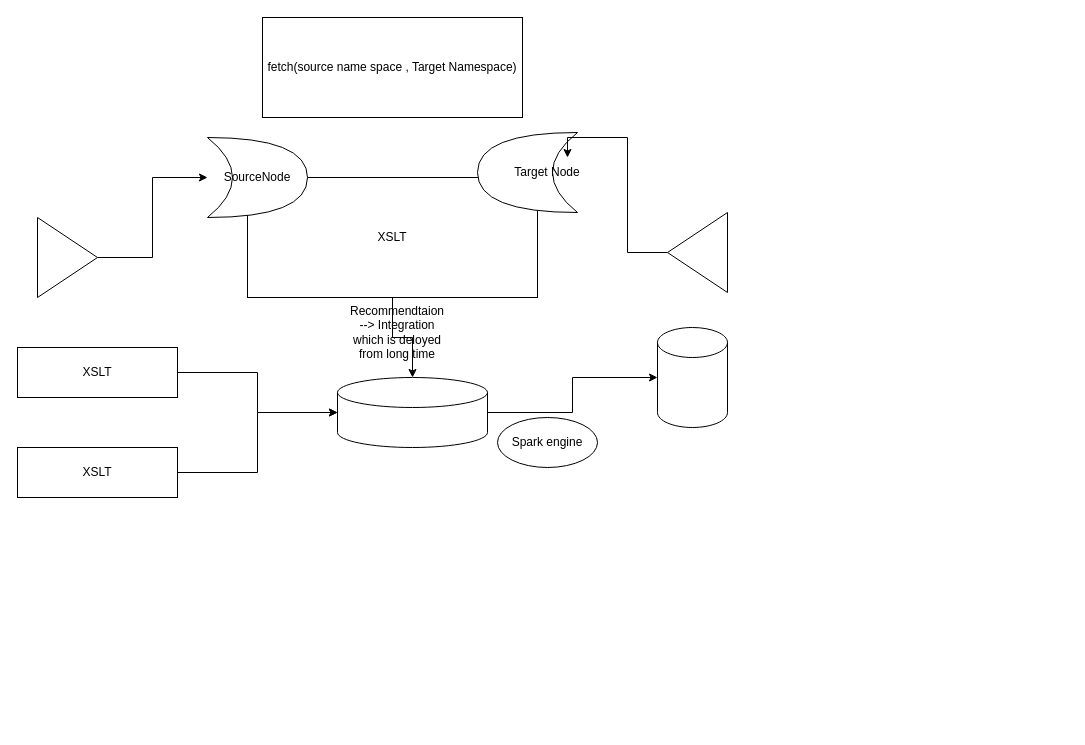
anantwag19/Workspace keeps this draw.io diagram as Mapping_Recommendation_Architecure.drawio. Above is the earlier version. Source tidied: cells renumbered, new cells numbered last; positions are measured from the earlier drawing's top-left corner, leaving out a move shared by most shapes. Both pictures are drawn from the tidied source at 100%, with x=0, y=0 at pixel (17, 17).
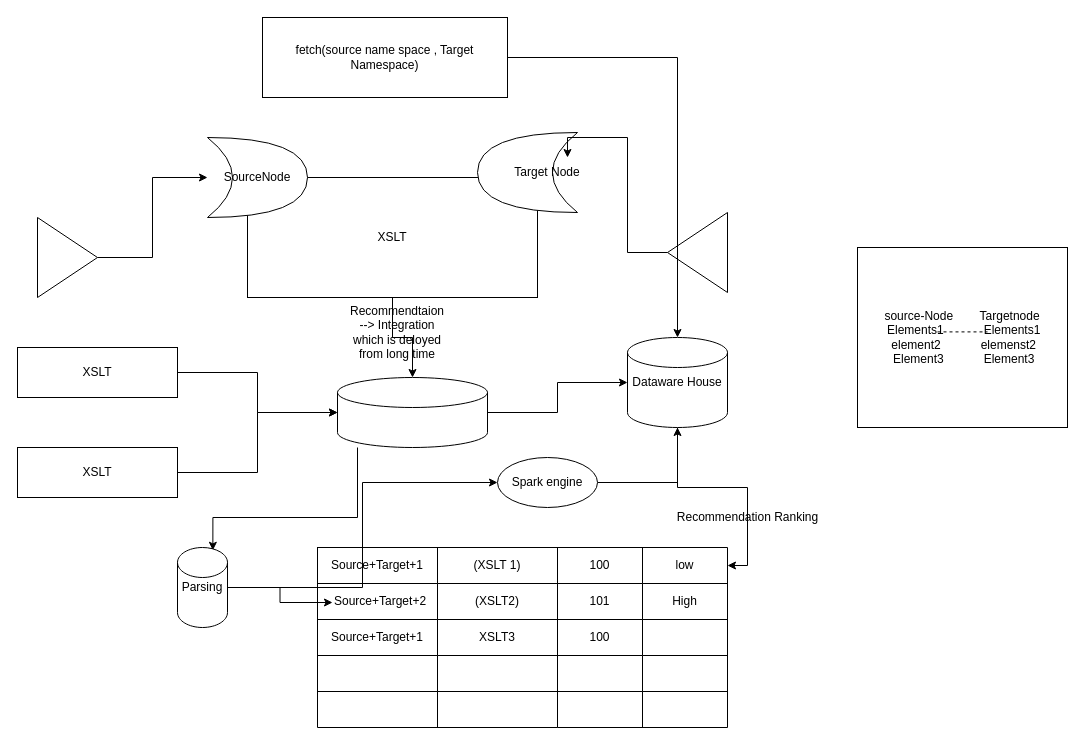
Above is the later version.

The change refers to these unchanged cells:
```xml
<mxCell id="12" style="shape=cylinder2;whiteSpace=wrap;html=1;boundedLbl=1;backgroundOutline=1;size=15;" parent="1" vertex="1">
  <mxGeometry x="320" y="360" width="150" height="70" as="geometry" />
</mxCell>
```

Diff of the diagram source:
```diff
@@
+    <mxCell id="21" style="edgeStyle=orthogonalEdgeStyle;rounded=0;jettySize=auto;html=1;entryX=0.707;entryY=0.035;entryDx=0;entryDy=0;entryPerimeter=0;" parent="1" edge="1" source="12" target="44">
+      <mxGeometry relative="1" as="geometry">
+        <Array as="points">
+          <mxPoint x="340" y="500" />
+          <mxPoint x="195" y="500" />
+        </Array>
+      </mxGeometry>
+    </mxCell>
@@
+    <mxCell id="22" style="edgeStyle=orthogonalEdgeStyle;rounded=0;jettySize=auto;html=1;" parent="1" edge="1" source="13" target="49">
+      <mxGeometry relative="1" as="geometry" />
+    </mxCell>
-    <mxCell id="13" style="shape=cylinder2;whiteSpace=wrap;html=1;boundedLbl=1;backgroundOutline=1;size=15;" parent="1" vertex="1">
-      <mxGeometry x="640" y="310" width="70" height="100" as="geometry" />
+    <mxCell id="13" value="Dataware House" style="shape=cylinder2;whiteSpace=wrap;html=1;boundedLbl=1;backgroundOutline=1;size=15;" parent="1" vertex="1">
+      <mxGeometry x="610" y="320" width="100" height="90" as="geometry" />
     </mxCell>
@@
+    <mxCell id="23" style="edgeStyle=orthogonalEdgeStyle;rounded=0;jettySize=auto;html=1;" parent="1" edge="1" source="19" target="13">
+      <mxGeometry relative="1" as="geometry" />
+    </mxCell>
     <mxCell id="19" value="Spark engine " style="ellipse;whiteSpace=wrap;html=1;" parent="1" vertex="1">
-      <mxGeometry x="480" y="400" width="100" height="50" as="geometry" />
+      <mxGeometry x="480" y="440" width="100" height="50" as="geometry" />
     </mxCell>
+    <mxCell id="24" style="edgeStyle=orthogonalEdgeStyle;rounded=0;jettySize=auto;html=1;" parent="1" edge="1" source="20" target="13">
+      <mxGeometry relative="1" as="geometry" />
+    </mxCell>
     <mxCell id="20" value="fetch(source name space , Target Namespace)" style="rounded=0;whiteSpace=wrap;html=1;" parent="1" vertex="1">
-      <mxGeometry x="245" width="260" height="100" as="geometry" />
+      <mxGeometry x="245" width="245" height="80" as="geometry" />
     </mxCell>
+    <mxCell id="25" style="shape=table;html=1;whiteSpace=wrap;startSize=0;childLayout=tableLayout;" parent="1" vertex="1">
+      <mxGeometry x="300" y="530" width="240" height="180" as="geometry" />
+    </mxCell>
+    <mxCell id="26" style="shape=partialRectangle;html=1;whiteSpace=wrap;fillColor=none;top=0;left=0;bottom=0;right=0;" parent="25" vertex="1">
+      <mxGeometry width="240" height="36" as="geometry" />
+    </mxCell>
+    <mxCell id="27" value="Source+Target+1" style="shape=partialRectangle;html=1;whiteSpace=wrap;overflow=hidden;fillColor=none;top=0;left=0;bottom=0;right=0;" parent="26" vertex="1">
+      <mxGeometry width="120" height="36" as="geometry" />
+    </mxCell>
+    <mxCell id="28" value="(XSLT 1)" style="shape=partialRectangle;html=1;whiteSpace=wrap;overflow=hidden;fillColor=none;top=0;left=0;bottom=0;right=0;" parent="26" vertex="1">
+      <mxGeometry x="120" width="120" height="36" as="geometry" />
+    </mxCell>
+    <mxCell id="29" style="shape=partialRectangle;html=1;whiteSpace=wrap;fillColor=none;top=0;left=0;bottom=0;right=0;" parent="25" vertex="1">
+      <mxGeometry y="36" width="240" height="36" as="geometry" />
+    </mxCell>
+    <mxCell id="30" style="shape=partialRectangle;html=1;whiteSpace=wrap;overflow=hidden;fillColor=none;top=0;left=0;bottom=0;right=0;" parent="29" vertex="1">
+      <mxGeometry width="120" height="36" as="geometry" />
+    </mxCell>
+    <mxCell id="31" value="(XSLT2)" style="shape=partialRectangle;html=1;whiteSpace=wrap;overflow=hidden;fillColor=none;top=0;left=0;bottom=0;right=0;" parent="29" vertex="1">
+      <mxGeometry x="120" width="120" height="36" as="geometry" />
+    </mxCell>
+    <mxCell id="32" style="shape=partialRectangle;html=1;whiteSpace=wrap;fillColor=none;top=0;left=0;bottom=0;right=0;" parent="25" vertex="1">
+      <mxGeometry y="72" width="240" height="36" as="geometry" />
+    </mxCell>
+    <mxCell id="33" value="Source+Target+1" style="shape=partialRectangle;html=1;whiteSpace=wrap;overflow=hidden;fillColor=none;top=0;left=0;bottom=0;right=0;" parent="32" vertex="1">
+      <mxGeometry width="120" height="36" as="geometry" />
+    </mxCell>
+    <mxCell id="34" value="XSLT3" style="shape=partialRectangle;html=1;whiteSpace=wrap;overflow=hidden;fillColor=none;top=0;left=0;bottom=0;right=0;" parent="32" vertex="1">
+      <mxGeometry x="120" width="120" height="36" as="geometry" />
+    </mxCell>
+    <mxCell id="35" style="shape=partialRectangle;html=1;whiteSpace=wrap;fillColor=none;top=0;left=0;bottom=0;right=0;" parent="25" vertex="1">
+      <mxGeometry y="108" width="240" height="36" as="geometry" />
+    </mxCell>
+    <mxCell id="36" style="shape=partialRectangle;html=1;whiteSpace=wrap;overflow=hidden;fillColor=none;top=0;left=0;bottom=0;right=0;" parent="35" vertex="1">
+      <mxGeometry width="120" height="36" as="geometry" />
+    </mxCell>
+    <mxCell id="37" style="shape=partialRectangle;html=1;whiteSpace=wrap;overflow=hidden;fillColor=none;top=0;left=0;bottom=0;right=0;" parent="35" vertex="1">
+      <mxGeometry x="120" width="120" height="36" as="geometry" />
+    </mxCell>
+    <mxCell id="38" style="shape=partialRectangle;html=1;whiteSpace=wrap;fillColor=none;top=0;left=0;bottom=0;right=0;" parent="25" vertex="1">
+      <mxGeometry y="144" width="240" height="36" as="geometry" />
+    </mxCell>
+    <mxCell id="39" style="shape=partialRectangle;html=1;whiteSpace=wrap;overflow=hidden;fillColor=none;top=0;left=0;bottom=0;right=0;" parent="38" vertex="1">
+      <mxGeometry width="120" height="36" as="geometry" />
+    </mxCell>
+    <mxCell id="40" style="shape=partialRectangle;html=1;whiteSpace=wrap;overflow=hidden;fillColor=none;top=0;left=0;bottom=0;right=0;" parent="38" vertex="1">
+      <mxGeometry x="120" width="120" height="36" as="geometry" />
+    </mxCell>
+    <mxCell id="41" value="Source+Target+2" style="text;whiteSpace=wrap;html=1;" parent="1" vertex="1">
+      <mxGeometry x="315" y="570" width="120" height="30" as="geometry" />
+    </mxCell>
+    <mxCell id="42" style="edgeStyle=orthogonalEdgeStyle;rounded=0;jettySize=auto;html=1;" parent="1" edge="1" source="44" target="41">
+      <mxGeometry relative="1" as="geometry" />
+    </mxCell>
+    <mxCell id="43" style="edgeStyle=orthogonalEdgeStyle;rounded=0;jettySize=auto;html=1;entryX=0;entryY=0.5;entryDx=0;entryDy=0;" parent="1" edge="1" source="44" target="19">
+      <mxGeometry relative="1" as="geometry" />
+    </mxCell>
+    <mxCell id="44" value="Parsing " style="shape=cylinder2;whiteSpace=wrap;html=1;boundedLbl=1;backgroundOutline=1;size=15;" parent="1" vertex="1">
+      <mxGeometry x="160" y="530" width="50" height="80" as="geometry" />
+    </mxCell>
+    <mxCell id="45" value="Recommendation Ranking " style="text;html=1;align=center;verticalAlign=middle;" parent="1" vertex="1">
+      <mxGeometry x="650" y="490" width="160" height="20" as="geometry" />
+    </mxCell>
+    <mxCell id="46" value="source-Node&amp;nbsp;&amp;nbsp;&amp;nbsp; &amp;nbsp;&amp;nbsp;&amp;nbsp; Targetnode&lt;br&gt;&amp;nbsp;Elements1&amp;nbsp;&amp;nbsp;&amp;nbsp; &amp;nbsp;&amp;nbsp;&amp;nbsp; &amp;nbsp;&amp;nbsp;&amp;nbsp; Elements1&lt;br&gt;&amp;nbsp;element2&amp;nbsp;&amp;nbsp;&amp;nbsp; &amp;nbsp;&amp;nbsp;&amp;nbsp; &amp;nbsp;&amp;nbsp;&amp;nbsp; elemenst2&lt;br&gt;&amp;nbsp;Element3&amp;nbsp;&amp;nbsp;&amp;nbsp; &amp;nbsp;&amp;nbsp;&amp;nbsp; &amp;nbsp;&amp;nbsp;&amp;nbsp; Element3 " style="rounded=0;whiteSpace=wrap;html=1;" parent="1" vertex="1">
+      <mxGeometry x="840" y="230" width="210" height="180" as="geometry" />
+    </mxCell>
+    <mxCell id="47" style="endArrow=none;dashed=1;html=1;" parent="1" edge="1">
+      <mxGeometry relative="1" as="geometry">
+        <mxPoint x="920" y="314.4" as="sourcePoint" />
+        <mxPoint x="970" y="314.4" as="targetPoint" />
+      </mxGeometry>
+    </mxCell>
+    <mxCell id="48" style="shape=table;html=1;whiteSpace=wrap;startSize=0;childLayout=tableLayout;" parent="1" vertex="1">
+      <mxGeometry x="540" y="530" width="170" height="180" as="geometry" />
+    </mxCell>
+    <mxCell id="49" style="shape=partialRectangle;html=1;whiteSpace=wrap;fillColor=none;top=0;left=0;bottom=0;right=0;points=[[0,0.5],[1,0.5]];portConstraint=eastwest;" parent="48" vertex="1">
+      <mxGeometry width="170" height="36" as="geometry" />
+    </mxCell>
+    <mxCell id="50" value="100" style="shape=partialRectangle;html=1;whiteSpace=wrap;overflow=hidden;fillColor=none;top=0;left=0;bottom=0;right=0;" parent="49" vertex="1">
+      <mxGeometry width="85" height="36" as="geometry" />
+    </mxCell>
+    <mxCell id="51" value="low" style="shape=partialRectangle;html=1;whiteSpace=wrap;overflow=hidden;fillColor=none;top=0;left=0;bottom=0;right=0;" parent="49" vertex="1">
+      <mxGeometry x="85" width="85" height="36" as="geometry" />
+    </mxCell>
+    <mxCell id="52" style="shape=partialRectangle;html=1;whiteSpace=wrap;fillColor=none;top=0;left=0;bottom=0;right=0;" parent="48" vertex="1">
+      <mxGeometry y="36" width="170" height="36" as="geometry" />
+    </mxCell>
+    <mxCell id="53" value="101" style="shape=partialRectangle;html=1;whiteSpace=wrap;overflow=hidden;fillColor=none;top=0;left=0;bottom=0;right=0;" parent="52" vertex="1">
+      <mxGeometry width="85" height="36" as="geometry" />
+    </mxCell>
+    <mxCell id="54" value="High" style="shape=partialRectangle;html=1;whiteSpace=wrap;overflow=hidden;fillColor=none;top=0;left=0;bottom=0;right=0;" parent="52" vertex="1">
+      <mxGeometry x="85" width="85" height="36" as="geometry" />
+    </mxCell>
+    <mxCell id="55" style="shape=partialRectangle;html=1;whiteSpace=wrap;fillColor=none;top=0;left=0;bottom=0;right=0;" parent="48" vertex="1">
+      <mxGeometry y="72" width="170" height="36" as="geometry" />
+    </mxCell>
+    <mxCell id="56" value="100" style="shape=partialRectangle;html=1;whiteSpace=wrap;overflow=hidden;fillColor=none;top=0;left=0;bottom=0;right=0;" parent="55" vertex="1">
+      <mxGeometry width="85" height="36" as="geometry" />
+    </mxCell>
+    <mxCell id="57" style="shape=partialRectangle;html=1;whiteSpace=wrap;overflow=hidden;fillColor=none;top=0;left=0;bottom=0;right=0;" parent="55" vertex="1">
+      <mxGeometry x="85" width="85" height="36" as="geometry" />
+    </mxCell>
+    <mxCell id="58" style="shape=partialRectangle;html=1;whiteSpace=wrap;fillColor=none;top=0;left=0;bottom=0;right=0;" parent="48" vertex="1">
+      <mxGeometry y="108" width="170" height="36" as="geometry" />
+    </mxCell>
+    <mxCell id="59" style="shape=partialRectangle;html=1;whiteSpace=wrap;overflow=hidden;fillColor=none;top=0;left=0;bottom=0;right=0;" parent="58" vertex="1">
+      <mxGeometry width="85" height="36" as="geometry" />
+    </mxCell>
+    <mxCell id="60" style="shape=partialRectangle;html=1;whiteSpace=wrap;overflow=hidden;fillColor=none;top=0;left=0;bottom=0;right=0;" parent="58" vertex="1">
+      <mxGeometry x="85" width="85" height="36" as="geometry" />
+    </mxCell>
+    <mxCell id="61" style="shape=partialRectangle;html=1;whiteSpace=wrap;fillColor=none;top=0;left=0;bottom=0;right=0;" parent="48" vertex="1">
+      <mxGeometry y="144" width="170" height="36" as="geometry" />
+    </mxCell>
+    <mxCell id="62" style="shape=partialRectangle;html=1;whiteSpace=wrap;overflow=hidden;fillColor=none;top=0;left=0;bottom=0;right=0;" parent="61" vertex="1">
+      <mxGeometry width="85" height="36" as="geometry" />
+    </mxCell>
+    <mxCell id="63" style="shape=partialRectangle;html=1;whiteSpace=wrap;overflow=hidden;fillColor=none;top=0;left=0;bottom=0;right=0;" parent="61" vertex="1">
+      <mxGeometry x="85" width="85" height="36" as="geometry" />
+    </mxCell>
```
